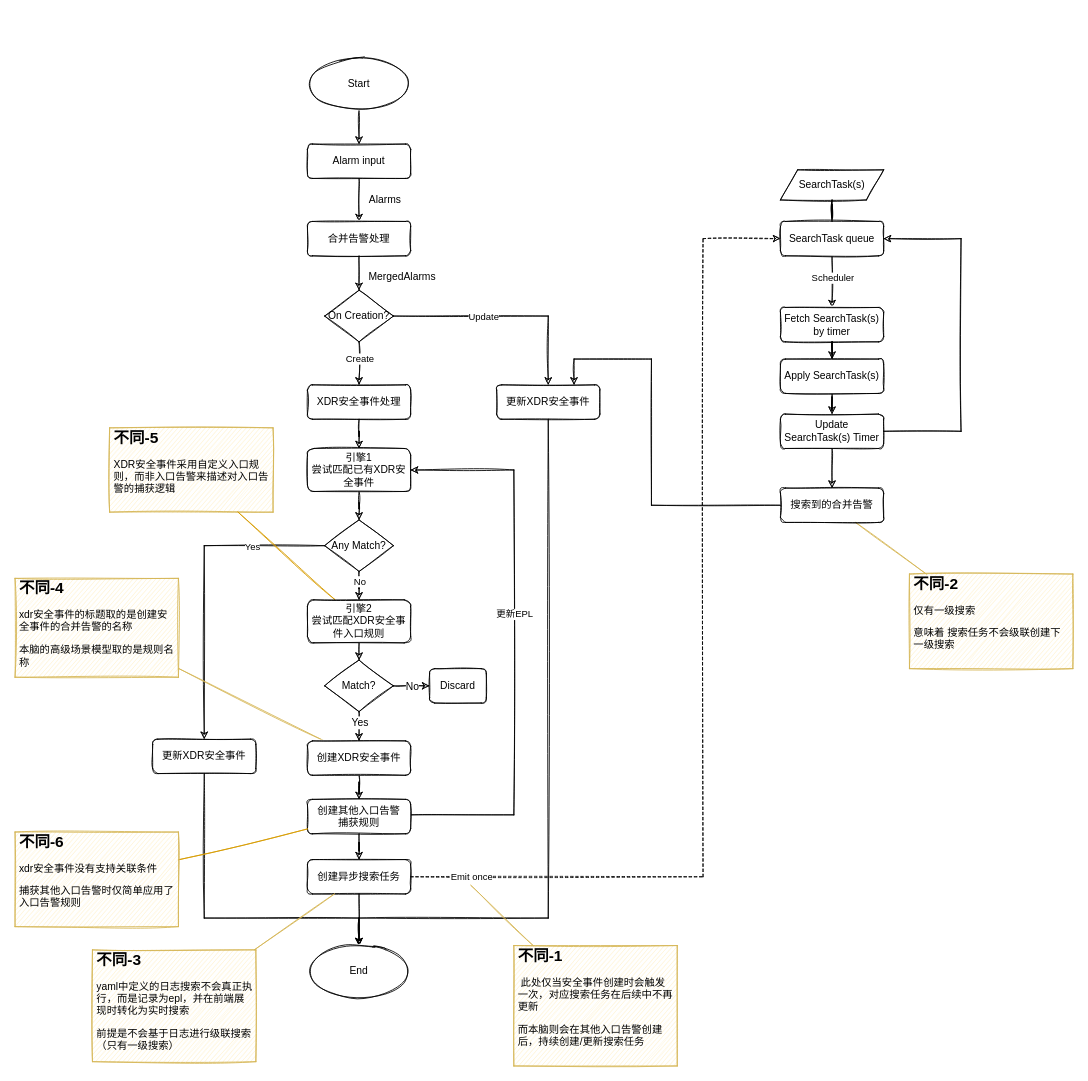
Before: XDR-Incident-Flow.drawio in popvlovs/popvlovs-repository, a draw.io diagram. Source tidied: cells renumbered, new cells numbered last; positions are measured from the earlier drawing's top-left corner, leaving out a move shared by most shapes. Both pictures are drawn from the tidied source at 86%, with x=0, y=0 at pixel (15, 58).
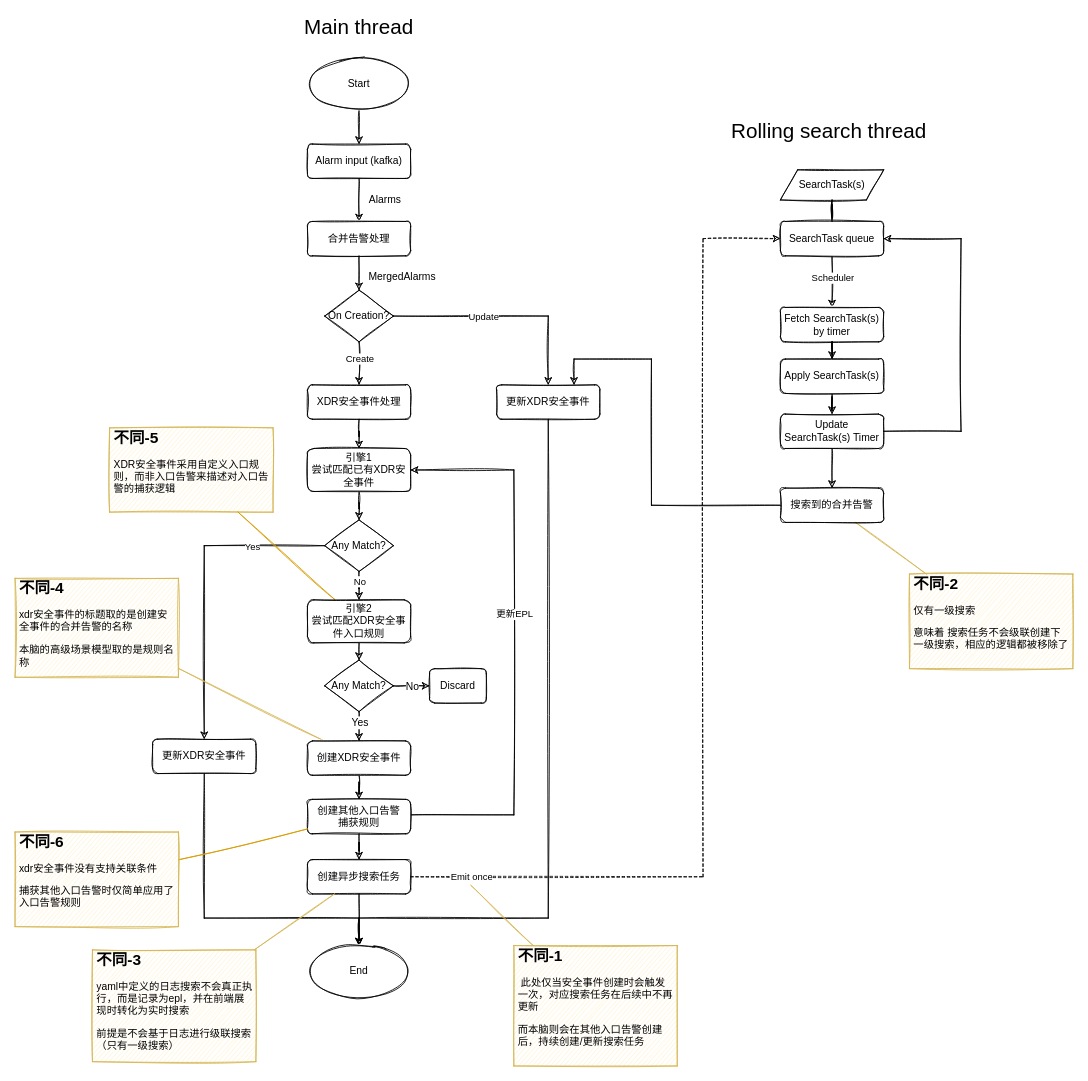
The same page after the edit.

Change to the diagram source:
```diff
@@
-    <mxCell id="3" value="Alarm input" style="rounded=1;whiteSpace=wrap;html=1;fontSize=12;glass=0;strokeWidth=1;shadow=0;sketch=1;" parent="1" vertex="1">
+    <mxCell id="3" value="Alarm input (kafka)" style="rounded=1;whiteSpace=wrap;html=1;fontSize=12;glass=0;strokeWidth=1;shadow=0;sketch=1;" parent="1" vertex="1">
       <mxGeometry x="340" y="100" width="120" height="40" as="geometry" />
     </mxCell>
@@
-    <mxCell id="57" value="&lt;h1 style=&quot;font-size: 18px;&quot;&gt;&lt;font style=&quot;font-size: 18px;&quot;&gt;不同-2&lt;/font&gt;&lt;/h1&gt;&lt;p style=&quot;&quot;&gt;仅有一级搜索&lt;/p&gt;&lt;p style=&quot;&quot;&gt;意味着 搜索任务不会级联创建下一级搜索&lt;/p&gt;" style="text;html=1;strokeColor=#d6b656;fillColor=#fff2cc;spacing=5;spacingTop=-20;whiteSpace=wrap;overflow=hidden;rounded=0;sketch=1;" parent="1" vertex="1">
+    <mxCell id="57" value="&lt;h1 style=&quot;font-size: 18px;&quot;&gt;&lt;font style=&quot;font-size: 18px;&quot;&gt;不同-2&lt;/font&gt;&lt;/h1&gt;&lt;p style=&quot;&quot;&gt;仅有一级搜索&lt;/p&gt;&lt;p style=&quot;&quot;&gt;意味着 搜索任务不会级联创建下一级搜索，相应的逻辑都被移除了&lt;/p&gt;" style="text;html=1;strokeColor=#d6b656;fillColor=#fff2cc;spacing=5;spacingTop=-20;whiteSpace=wrap;overflow=hidden;rounded=0;sketch=1;" parent="1" vertex="1">
       <mxGeometry x="1040" y="600" width="190" height="110" as="geometry" />
     </mxCell>
@@
-    <mxCell id="70" value="Match?" style="rhombus;whiteSpace=wrap;html=1;sketch=1;" parent="1" vertex="1">
+    <mxCell id="70" value="Any Match?" style="rhombus;whiteSpace=wrap;html=1;sketch=1;" parent="1" vertex="1">
       <mxGeometry x="360" y="700" width="80" height="60" as="geometry" />
     </mxCell>
@@
+    <mxCell id="74" value="Main thread" style="text;html=1;strokeColor=none;fillColor=none;align=center;verticalAlign=middle;whiteSpace=wrap;rounded=0;sketch=1;fontSize=24;" parent="1" vertex="1">
+      <mxGeometry x="325" y="-50" width="150" height="30" as="geometry" />
+    </mxCell>
+    <mxCell id="75" value="Rolling search thread" style="text;html=1;strokeColor=none;fillColor=none;align=center;verticalAlign=middle;whiteSpace=wrap;rounded=0;sketch=1;fontSize=24;" parent="1" vertex="1">
+      <mxGeometry x="830" y="70" width="233" height="30" as="geometry" />
+    </mxCell>
```
